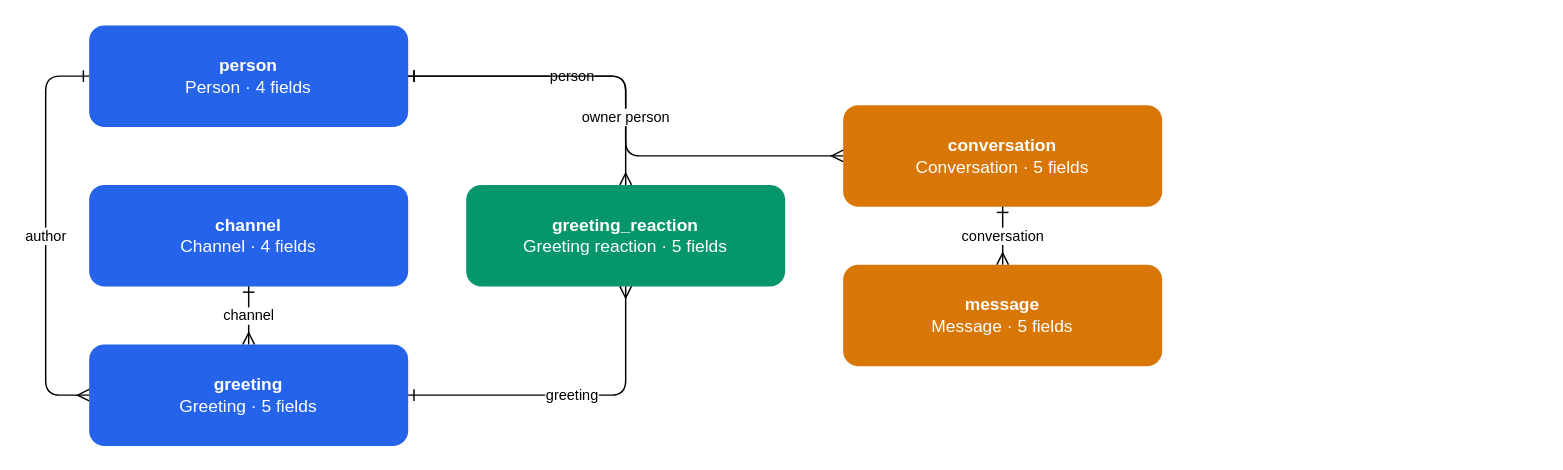
This is openspec/data-model/generated/erd.drawio from einmalik1/helloworld, a draw.io file, before an edit. Source tidied: cells renumbered, new cells numbered last; positions are measured from the earlier drawing's top-left corner, leaving out a move shared by most shapes. Both pictures are drawn from the tidied source at 145%, with x=0, y=0 at pixel (45, 25).
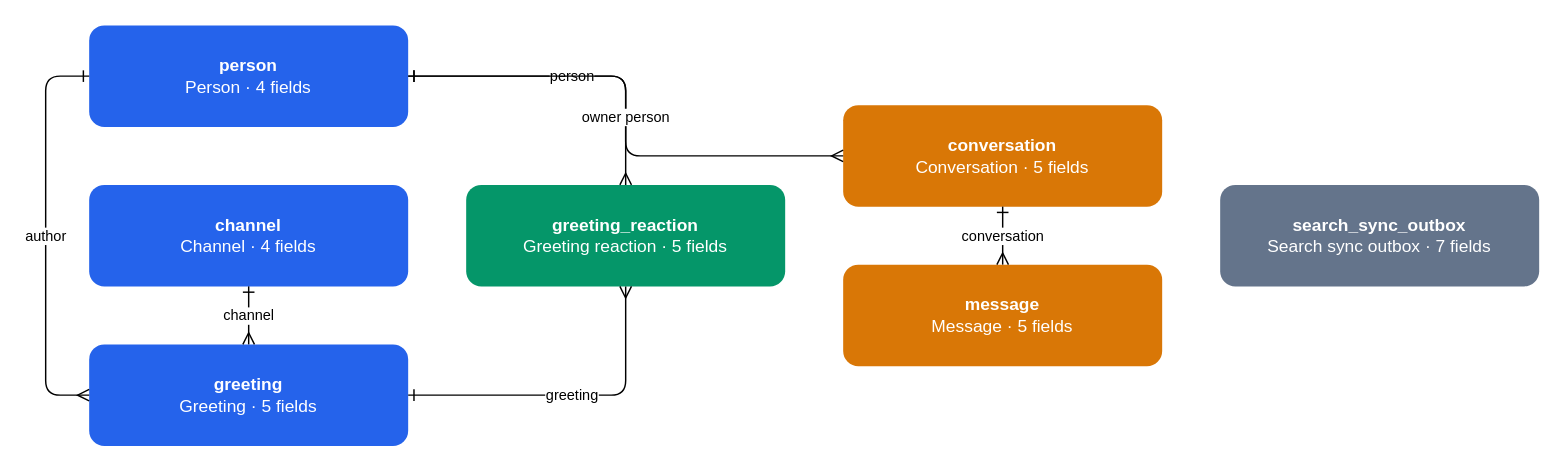
Above is the later version.

What changed in the source:
```diff
@@
 <mxGraphModel>
   <root>
     <mxCell id="0" />
     <mxCell id="1" parent="0" />
     <mxCell id="2" value="&lt;b&gt;person&lt;/b&gt;&lt;br&gt;Person · 4 fields" style="rounded=1;whiteSpace=wrap;html=1;fillColor=#2563eb;fontColor=#ffffff;strokeColor=none;" parent="1" vertex="1">
       <mxGeometry x="30" width="220" height="70" as="geometry" />
     </mxCell>
     <mxCell id="3" value="&lt;b&gt;channel&lt;/b&gt;&lt;br&gt;Channel · 4 fields" style="rounded=1;whiteSpace=wrap;html=1;fillColor=#2563eb;fontColor=#ffffff;strokeColor=none;" parent="1" vertex="1">
       <mxGeometry x="30" y="110" width="220" height="70" as="geometry" />
     </mxCell>
     <mxCell id="4" value="&lt;b&gt;greeting&lt;/b&gt;&lt;br&gt;Greeting · 5 fields" style="rounded=1;whiteSpace=wrap;html=1;fillColor=#2563eb;fontColor=#ffffff;strokeColor=none;" parent="1" vertex="1">
       <mxGeometry x="30" y="220" width="220" height="70" as="geometry" />
     </mxCell>
     <mxCell id="5" value="&lt;b&gt;greeting_reaction&lt;/b&gt;&lt;br&gt;Greeting reaction · 5 fields" style="rounded=1;whiteSpace=wrap;html=1;fillColor=#059669;fontColor=#ffffff;strokeColor=none;" parent="1" vertex="1">
       <mxGeometry x="290" y="110" width="220" height="70" as="geometry" />
     </mxCell>
     <mxCell id="6" value="&lt;b&gt;conversation&lt;/b&gt;&lt;br&gt;Conversation · 5 fields" style="rounded=1;whiteSpace=wrap;html=1;fillColor=#d97706;fontColor=#ffffff;strokeColor=none;" parent="1" vertex="1">
       <mxGeometry x="550" y="55" width="220" height="70" as="geometry" />
     </mxCell>
     <mxCell id="7" value="&lt;b&gt;message&lt;/b&gt;&lt;br&gt;Message · 5 fields" style="rounded=1;whiteSpace=wrap;html=1;fillColor=#d97706;fontColor=#ffffff;strokeColor=none;" parent="1" vertex="1">
       <mxGeometry x="550" y="165" width="220" height="70" as="geometry" />
     </mxCell>
+    <mxCell id="14" value="&lt;b&gt;search_sync_outbox&lt;/b&gt;&lt;br&gt;Search sync outbox · 7 fields" style="rounded=1;whiteSpace=wrap;html=1;fillColor=#64748b;fontColor=#ffffff;strokeColor=none;" parent="1" vertex="1">
+      <mxGeometry x="810" y="110" width="220" height="70" as="geometry" />
+    </mxCell>
     <mxCell id="8" value="author" style="edgeStyle=orthogonalEdgeStyle;rounded=1;html=1;fontSize=10;labelBackgroundColor=#ffffff;startArrow=ERone;startFill=0;endArrow=ERmany;endFill=0;" parent="1" edge="1" source="2" target="4">
       <mxGeometry relative="1" as="geometry">
         <Array as="points">
           <mxPoint y="35" />
           <mxPoint y="255" />
         </Array>
       </mxGeometry>
     </mxCell>
     <mxCell id="9" value="channel" style="edgeStyle=orthogonalEdgeStyle;rounded=1;html=1;fontSize=10;labelBackgroundColor=#ffffff;startArrow=ERone;startFill=0;endArrow=ERmany;endFill=0;" parent="1" edge="1" source="3" target="4">
       <mxGeometry relative="1" as="geometry" />
     </mxCell>
     <mxCell id="10" value="greeting" style="edgeStyle=orthogonalEdgeStyle;rounded=1;html=1;fontSize=10;labelBackgroundColor=#ffffff;startArrow=ERone;startFill=0;endArrow=ERmany;endFill=0;" parent="1" edge="1" source="4" target="5">
       <mxGeometry relative="1" as="geometry" />
     </mxCell>
     <mxCell id="11" value="person" style="edgeStyle=orthogonalEdgeStyle;rounded=1;html=1;fontSize=10;labelBackgroundColor=#ffffff;startArrow=ERone;startFill=0;endArrow=ERmany;endFill=0;" parent="1" edge="1" source="2" target="5">
       <mxGeometry relative="1" as="geometry" />
     </mxCell>
     <mxCell id="12" value="owner person" style="edgeStyle=orthogonalEdgeStyle;rounded=1;html=1;fontSize=10;labelBackgroundColor=#ffffff;startArrow=ERone;startFill=0;endArrow=ERmany;endFill=0;" parent="1" edge="1" source="2" target="6">
       <mxGeometry relative="1" as="geometry" />
     </mxCell>
     <mxCell id="13" value="conversation" style="edgeStyle=orthogonalEdgeStyle;rounded=1;html=1;fontSize=10;labelBackgroundColor=#ffffff;startArrow=ERone;startFill=0;endArrow=ERmany;endFill=0;" parent="1" edge="1" source="6" target="7">
       <mxGeometry relative="1" as="geometry" />
     </mxCell>
   </root>
 </mxGraphModel>
```
